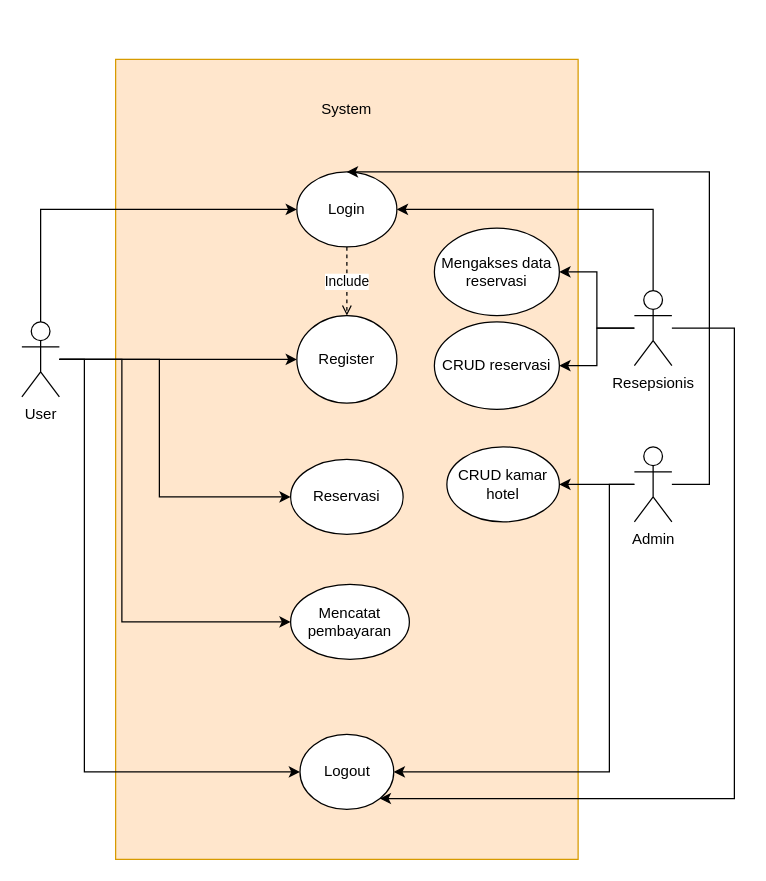
This is Untitled Diagram.drawio from raskolnikov64/diagram-ukk, a draw.io file, before an edit. Source tidied: cells renumbered, new cells numbered last; positions are measured from the earlier drawing's top-left corner, leaving out a move shared by most shapes. Both pictures are drawn from the tidied source at 125%, with x=0, y=0 at pixel (21, 59).
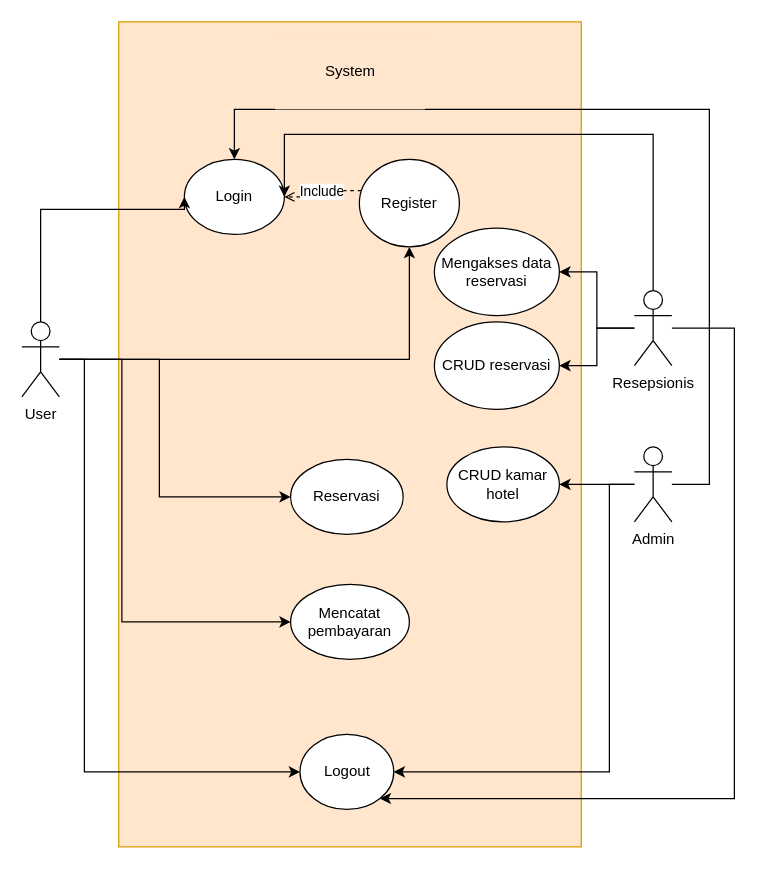
The same diagram, later.

Unchanged cells that the change refers to:
```xml
<mxCell id="14" value="Admin" style="shape=umlActor;verticalLabelPosition=bottom;verticalAlign=top;html=1;outlineConnect=0;" parent="1" vertex="1">
  <mxGeometry x="490" y="310" width="30" height="60" as="geometry" />
</mxCell>
<mxCell id="19" value="Resepsionis" style="shape=umlActor;verticalLabelPosition=bottom;verticalAlign=top;html=1;outlineConnect=0;" parent="1" vertex="1">
  <mxGeometry x="490" y="185" width="30" height="60" as="geometry" />
</mxCell>
```

Change to the diagram source:
```diff
@@
     <mxCell id="2" style="rounded=0;whiteSpace=wrap;html=1;fillColor=#ffe6cc;strokeColor=#d79b00;" parent="1" vertex="1">
-      <mxGeometry x="75" width="370" height="640" as="geometry" />
+      <mxGeometry x="77.5" y="-30" width="370" height="660" as="geometry" />
     </mxCell>
-    <mxCell id="3" value="Include" style="edgeStyle=orthogonalEdgeStyle;rounded=0;jettySize=auto;html=1;dashed=1;endArrow=open;endFill=0;" parent="1" edge="1" source="4" target="21">
-      <mxGeometry relative="1" as="geometry" />
-    </mxCell>
     <mxCell id="4" value="Login" style="ellipse;whiteSpace=wrap;html=1;" parent="1" vertex="1">
-      <mxGeometry x="220" y="90" width="80" height="60" as="geometry" />
+      <mxGeometry x="130" y="80" width="80" height="60" as="geometry" />
     </mxCell>
@@
     <mxCell id="11" style="edgeStyle=orthogonalEdgeStyle;rounded=0;jettySize=auto;html=1;" parent="1" edge="1" source="14" target="4">
       <mxGeometry relative="1" as="geometry">
         <Array as="points">
           <mxPoint x="550" y="340" />
-          <mxPoint x="550" y="90" />
+          <mxPoint x="550" y="40" />
+          <mxPoint x="170" y="40" />
         </Array>
       </mxGeometry>
     </mxCell>
@@
     <mxCell id="15" style="edgeStyle=orthogonalEdgeStyle;rounded=0;jettySize=auto;html=1;entryX=1;entryY=0.5;entryDx=0;entryDy=0;" parent="1" edge="1" source="19" target="4">
       <mxGeometry relative="1" as="geometry">
         <Array as="points">
-          <mxPoint x="505" y="120" />
+          <mxPoint x="505" y="60" />
+          <mxPoint x="210" y="60" />
         </Array>
       </mxGeometry>
     </mxCell>
@@
+    <mxCell id="3" value="Include" style="edgeStyle=orthogonalEdgeStyle;rounded=0;jettySize=auto;html=1;entryX=1;entryY=0.5;entryDx=0;entryDy=0;endArrow=open;endFill=0;dashed=1;" parent="1" edge="1" source="21" target="4">
+      <mxGeometry relative="1" as="geometry">
+        <Array as="points">
+          <mxPoint x="240" y="105" />
+          <mxPoint x="240" y="110" />
+        </Array>
+      </mxGeometry>
+    </mxCell>
     <mxCell id="21" value="Register" style="ellipse;whiteSpace=wrap;html=1;" parent="1" vertex="1">
-      <mxGeometry x="220" y="205" width="80" height="70" as="geometry" />
+      <mxGeometry x="270" y="80" width="80" height="70" as="geometry" />
     </mxCell>
@@
     <mxCell id="26" value="System" style="rounded=0;whiteSpace=wrap;html=1;fillColor=#ffe6cc;strokeColor=none;" parent="1" vertex="1">
-      <mxGeometry x="200" y="10" width="120" height="60" as="geometry" />
+      <mxGeometry x="202.5" y="-20" width="120" height="60" as="geometry" />
     </mxCell>
```
